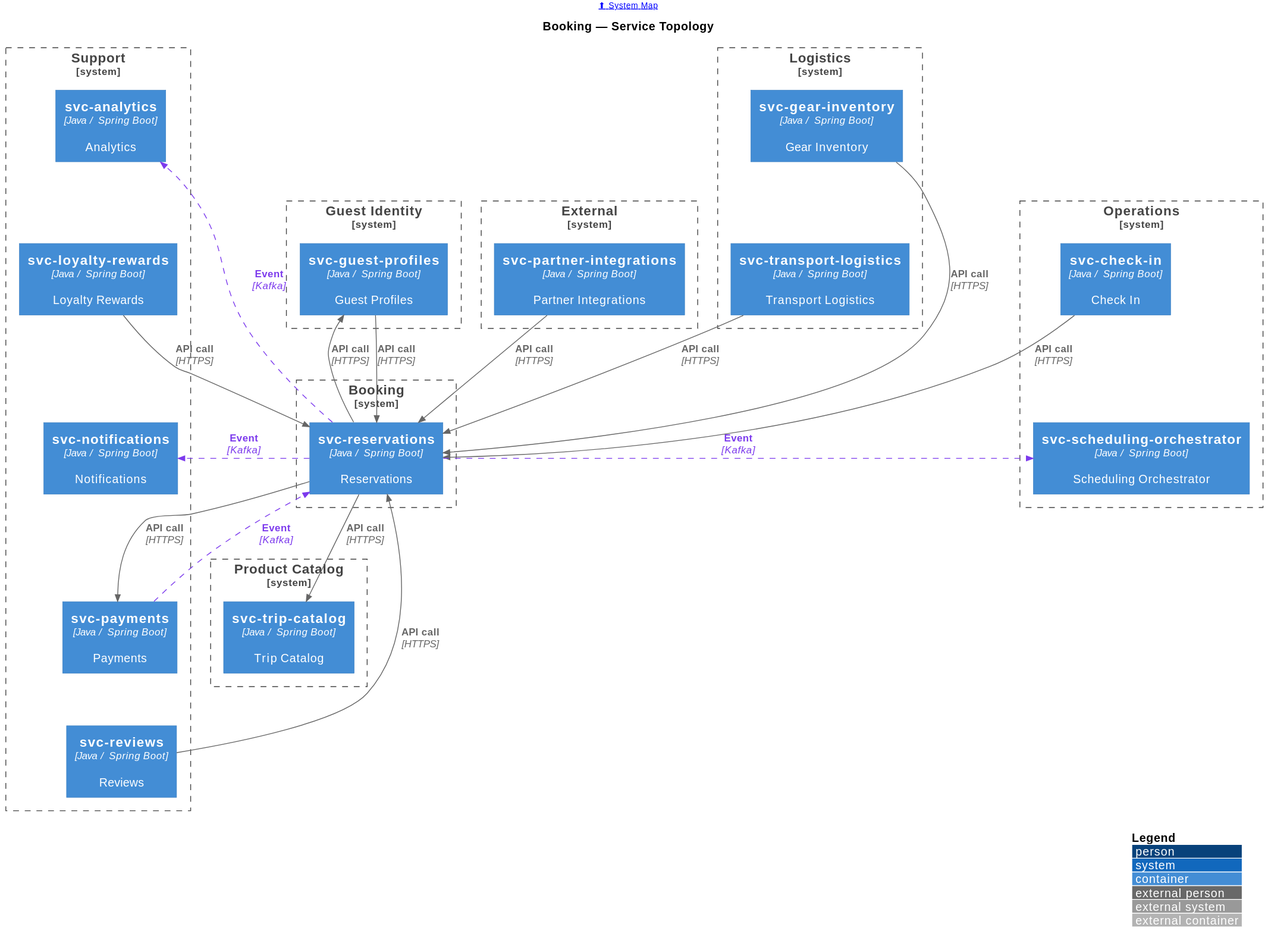
Earlier version of the PlantUML export portal/docs/topology/svg/topology-booking.svg (christopherblaisdell/continuous-architecture-platform-poc). Its diagram source:
```plantuml
@startuml
!include <c4/C4_Container>

LAYOUT_WITH_LEGEND()
LAYOUT_TOP_DOWN()

AddRelTag("kafka", $lineStyle=DashedLine(), $lineColor="#7c3aed", $textColor="#7c3aed", $legendText="Kafka Events")

header [[/topology/system-map/ ⬆ System Map]]
title Booking — Service Topology

System_Boundary(Booking, "Booking") {
    Container(svc_reservations, "svc-reservations", "Java / Spring Boot", "Reservations", $link="/microservices/svc-reservations/#integration-context")
}

System_Boundary(External, "External") {
    Container(svc_partner_integrations, "svc-partner-integrations", "Java / Spring Boot", "Partner Integrations", $link="/microservices/svc-partner-integrations/#integration-context")
}

System_Boundary(Guest_Identity, "Guest Identity") {
    Container(svc_guest_profiles, "svc-guest-profiles", "Java / Spring Boot", "Guest Profiles", $link="/microservices/svc-guest-profiles/#integration-context")
}

System_Boundary(Logistics, "Logistics") {
    Container(svc_gear_inventory, "svc-gear-inventory", "Java / Spring Boot", "Gear Inventory", $link="/microservices/svc-gear-inventory/#integration-context")
    Container(svc_transport_logistics, "svc-transport-logistics", "Java / Spring Boot", "Transport Logistics", $link="/microservices/svc-transport-logistics/#integration-context")
}

System_Boundary(Operations, "Operations") {
    Container(svc_check_in, "svc-check-in", "Java / Spring Boot", "Check In", $link="/microservices/svc-check-in/#integration-context")
    Container(svc_scheduling_orchestrator, "svc-scheduling-orchestrator", "Java / Spring Boot", "Scheduling Orchestrator", $link="/microservices/svc-scheduling-orchestrator/#integration-context")
}

System_Boundary(Product_Catalog, "Product Catalog") {
    Container(svc_trip_catalog, "svc-trip-catalog", "Java / Spring Boot", "Trip Catalog", $link="/microservices/svc-trip-catalog/#integration-context")
}

System_Boundary(Support, "Support") {
    Container(svc_analytics, "svc-analytics", "Java / Spring Boot", "Analytics", $link="/microservices/svc-analytics/#integration-context")
    Container(svc_loyalty_rewards, "svc-loyalty-rewards", "Java / Spring Boot", "Loyalty Rewards", $link="/microservices/svc-loyalty-rewards/#integration-context")
    Container(svc_notifications, "svc-notifications", "Java / Spring Boot", "Notifications", $link="/microservices/svc-notifications/#integration-context")
    Container(svc_payments, "svc-payments", "Java / Spring Boot", "Payments", $link="/microservices/svc-payments/#integration-context")
    Container(svc_reviews, "svc-reviews", "Java / Spring Boot", "Reviews", $link="/microservices/svc-reviews/#integration-context")
}

Rel(svc_check_in, svc_reservations, "API call", "HTTPS")
Rel(svc_gear_inventory, svc_reservations, "API call", "HTTPS")
Rel(svc_guest_profiles, svc_reservations, "API call", "HTTPS")
Rel(svc_loyalty_rewards, svc_reservations, "API call", "HTTPS")
Rel(svc_partner_integrations, svc_reservations, "API call", "HTTPS")
Rel(svc_reservations, svc_guest_profiles, "API call", "HTTPS")
Rel(svc_reservations, svc_payments, "API call", "HTTPS")
Rel(svc_reservations, svc_trip_catalog, "API call", "HTTPS")
Rel(svc_reviews, svc_reservations, "API call", "HTTPS")
Rel(svc_transport_logistics, svc_reservations, "API call", "HTTPS")
Rel(svc_payments, svc_reservations, "Event", "Kafka", $tags="kafka")
Rel(svc_reservations, svc_analytics, "Event", "Kafka", $tags="kafka")
Rel(svc_reservations, svc_notifications, "Event", "Kafka", $tags="kafka")
Rel(svc_reservations, svc_scheduling_orchestrator, "Event", "Kafka", $tags="kafka")
Lay_D(svc_gear_inventory, svc_transport_logistics)
Lay_D(svc_check_in, svc_scheduling_orchestrator)
Lay_D(svc_analytics, svc_loyalty_rewards)
Lay_D(svc_loyalty_rewards, svc_notifications)
Lay_D(svc_notifications, svc_payments)
Lay_D(svc_payments, svc_reviews)
@enduml
```
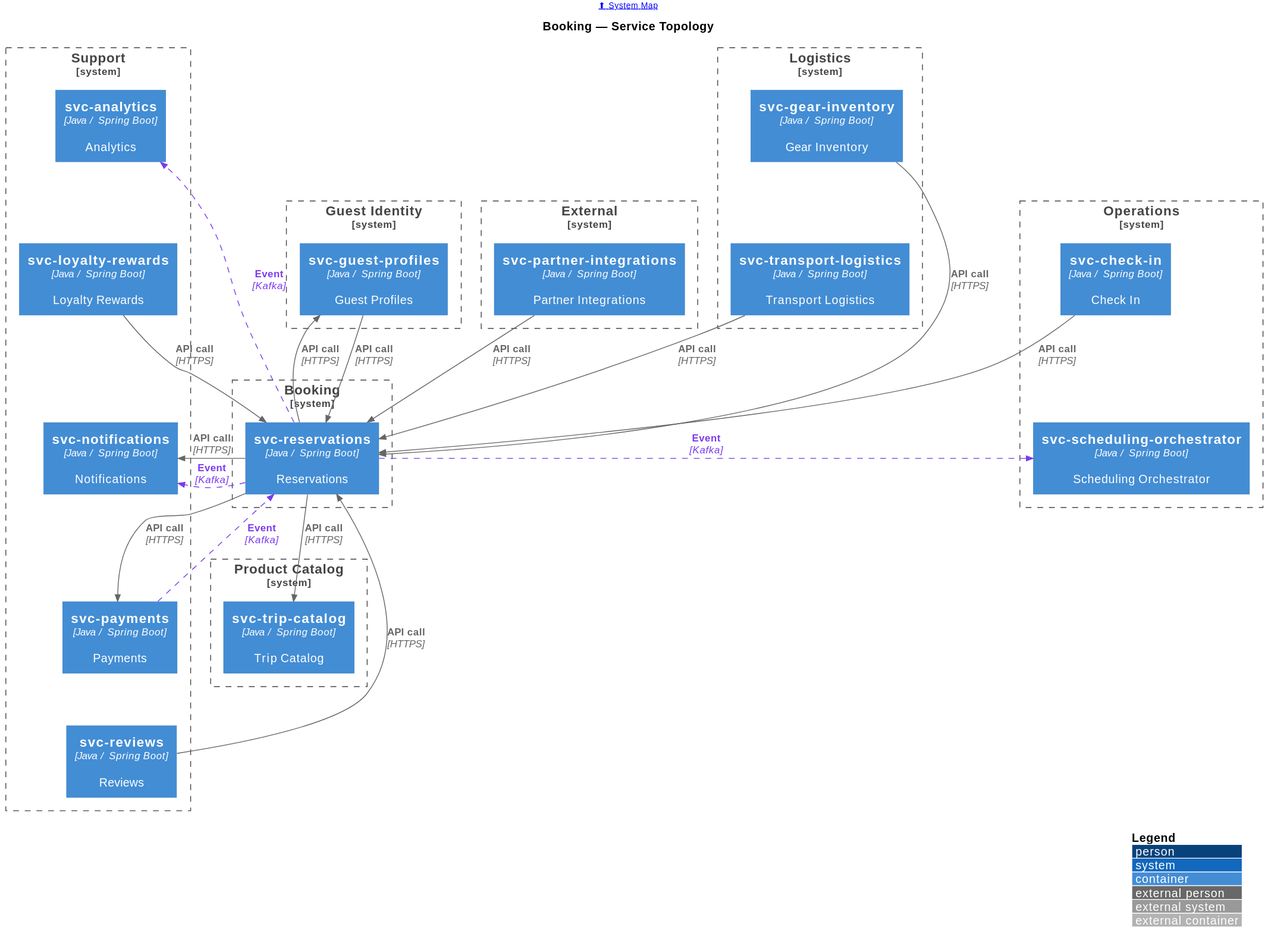
Later version of the same file.

Diff of the diagram source:
```diff
@@ -49,6 +49,7 @@
 Rel(svc_loyalty_rewards, svc_reservations, "API call", "HTTPS")
 Rel(svc_partner_integrations, svc_reservations, "API call", "HTTPS")
 Rel(svc_reservations, svc_guest_profiles, "API call", "HTTPS")
+Rel(svc_reservations, svc_notifications, "API call", "HTTPS")
 Rel(svc_reservations, svc_payments, "API call", "HTTPS")
 Rel(svc_reservations, svc_trip_catalog, "API call", "HTTPS")
 Rel(svc_reviews, svc_reservations, "API call", "HTTPS")
```
